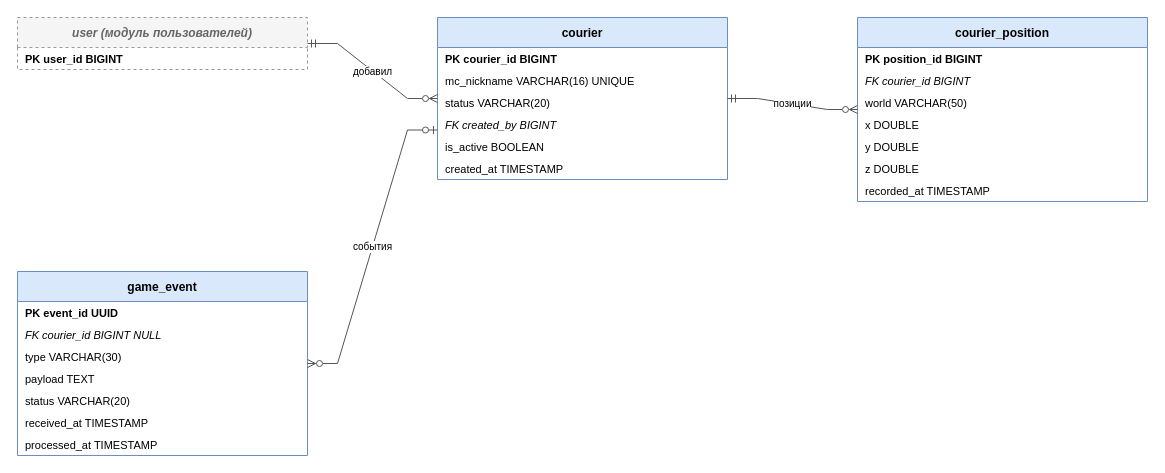
This is page "6. Модуль управления ботами" (6 of 7) of documentation/mineberries-db.drawio from AstroSoup/mineberries, a draw.io file, before an edit. Source tidied: cells renumbered, new cells numbered last; positions are measured from the earlier drawing's top-left corner, leaving out a move shared by most shapes. Both pictures are drawn from the tidied source at 100%, with x=0, y=0 at pixel (17, 17).
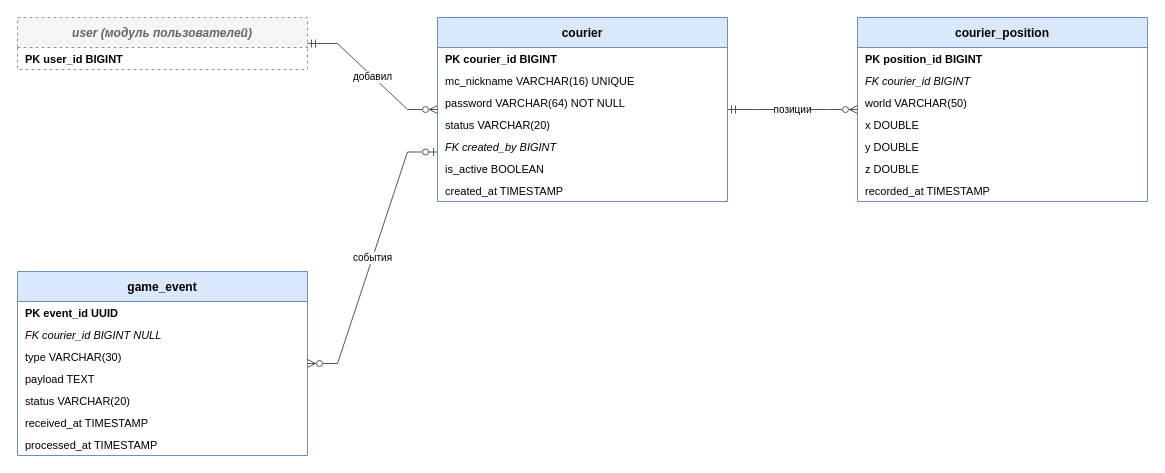
After the change.

What changed in the source:
```diff
@@
     <mxCell id="4" value="courier" style="swimlane;fontStyle=1;horizontal=1;startSize=30;fillColor=#dae8fc;strokeColor=#6c8ebf;" parent="1" vertex="1">
-      <mxGeometry x="420" width="290" height="162" as="geometry" />
+      <mxGeometry x="420" width="290" height="184" as="geometry" />
     </mxCell>
@@
+    <mxCell id="30" value="password VARCHAR(64) NOT NULL" style="text;strokeColor=none;fillColor=none;align=left;verticalAlign=middle;spacingLeft=6;overflow=hidden;whiteSpace=nowrap;fontStyle=0;fontSize=11;" parent="4" vertex="1">
+      <mxGeometry y="74" width="290" height="22" as="geometry" />
+    </mxCell>
     <mxCell id="7" value="status VARCHAR(20)" style="text;strokeColor=none;fillColor=none;align=left;verticalAlign=middle;spacingLeft=6;overflow=hidden;whiteSpace=nowrap;fontStyle=0;fontSize=11;" parent="4" vertex="1">
-      <mxGeometry y="74" width="290" height="22" as="geometry" />
+      <mxGeometry y="96" width="290" height="22" as="geometry" />
     </mxCell>
     <mxCell id="8" value="FK created_by BIGINT" style="text;strokeColor=none;fillColor=none;align=left;verticalAlign=middle;spacingLeft=6;overflow=hidden;whiteSpace=nowrap;fontStyle=2;fontSize=11;" parent="4" vertex="1">
-      <mxGeometry y="96" width="290" height="22" as="geometry" />
+      <mxGeometry y="118" width="290" height="22" as="geometry" />
     </mxCell>
     <mxCell id="9" value="is_active BOOLEAN" style="text;strokeColor=none;fillColor=none;align=left;verticalAlign=middle;spacingLeft=6;overflow=hidden;whiteSpace=nowrap;fontStyle=0;fontSize=11;" parent="4" vertex="1">
-      <mxGeometry y="118" width="290" height="22" as="geometry" />
+      <mxGeometry y="140" width="290" height="22" as="geometry" />
     </mxCell>
     <mxCell id="10" value="created_at TIMESTAMP" style="text;strokeColor=none;fillColor=none;align=left;verticalAlign=middle;spacingLeft=6;overflow=hidden;whiteSpace=nowrap;fontStyle=0;fontSize=11;" parent="4" vertex="1">
-      <mxGeometry y="140" width="290" height="22" as="geometry" />
+      <mxGeometry y="162" width="290" height="22" as="geometry" />
     </mxCell>
```
